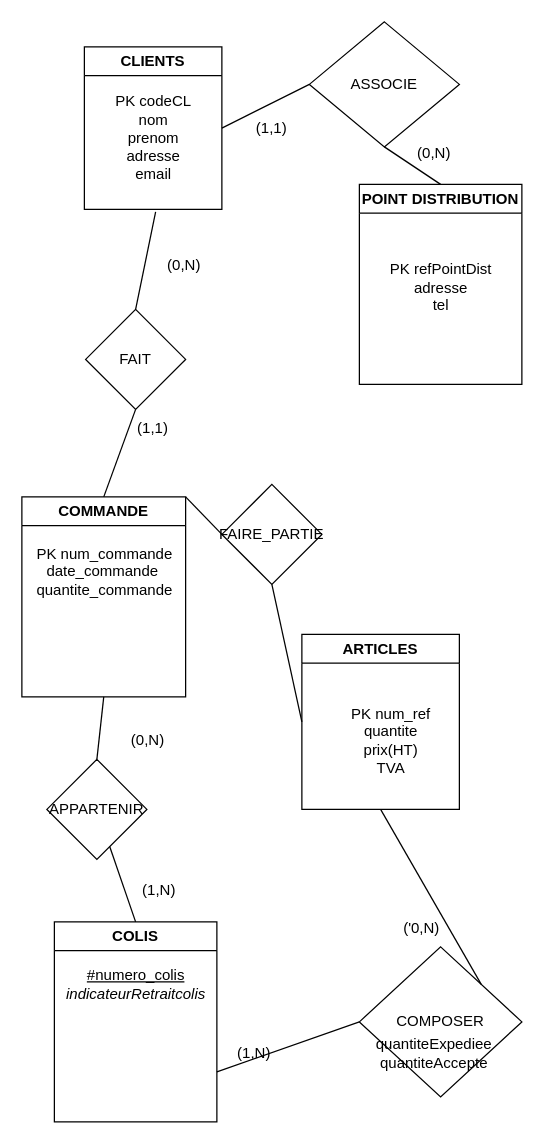
lennyverg/dev_web keeps this draw.io diagram as Diagramme sans nom.drawio. Above is the earlier version. Source tidied: cells renumbered, new cells numbered last; positions are measured from the earlier drawing's top-left corner, leaving out a move shared by most shapes. Both pictures are drawn from the tidied source at 125%, with x=0, y=0 at pixel (21, 21).
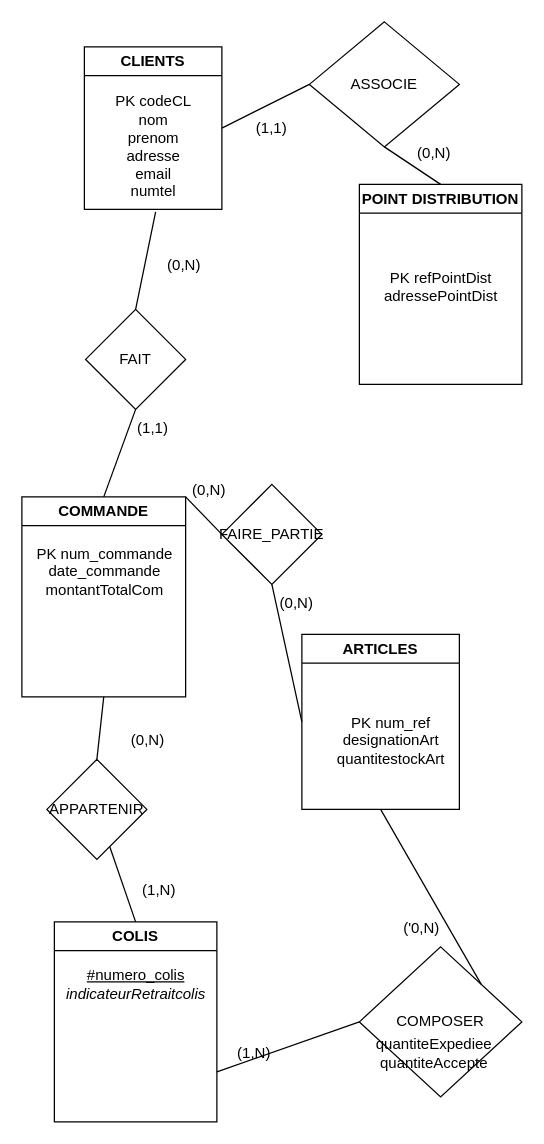
The same page after the edit.

Commit message (it also covers changes not shown here):
Mettre à jour Diagramme sans nom.drawio

The change refers to these unchanged cells:
```xml
<mxCell id="2" value="CLIENTS " style="swimlane;whiteSpace=wrap;html=1;" parent="1" vertex="1">
  <mxGeometry x="50" y="20" width="110" height="130" as="geometry" />
</mxCell>
<mxCell id="4" value="ARTICLES" style="swimlane;whiteSpace=wrap;html=1;" parent="1" vertex="1">
  <mxGeometry x="224" y="490" width="126" height="140" as="geometry" />
</mxCell>
<mxCell id="6" value="POINT DISTRIBUTION" style="swimlane;whiteSpace=wrap;html=1;" parent="1" vertex="1">
  <mxGeometry x="270" y="130" width="130" height="160" as="geometry" />
</mxCell>
<mxCell id="13" value="COMMANDE" style="swimlane;whiteSpace=wrap;html=1;" parent="1" vertex="1">
  <mxGeometry y="380" width="131" height="160" as="geometry" />
</mxCell>
```

Diff of the diagram source:
```diff
@@
-    <mxCell id="3" value="&lt;div&gt;PK codeCL&lt;/div&gt;&lt;div&gt;nom&lt;/div&gt;&lt;div&gt;prenom&lt;/div&gt;&lt;div&gt;adresse&lt;/div&gt;&lt;div&gt;email&lt;br&gt;&lt;/div&gt;&lt;div&gt;&lt;br&gt;&lt;/div&gt;" style="text;html=1;align=center;verticalAlign=middle;points=[];strokeColor=none;fillColor=none;" parent="2" vertex="1">
+    <mxCell id="3" value="&lt;div&gt;PK codeCL&lt;/div&gt;&lt;div&gt;nom&lt;/div&gt;&lt;div&gt;prenom&lt;/div&gt;&lt;div&gt;adresse&lt;/div&gt;&lt;div&gt;email&lt;br&gt;&lt;/div&gt;&lt;div&gt;numtel&lt;br&gt;&lt;/div&gt;" style="text;html=1;align=center;verticalAlign=middle;points=[];strokeColor=none;fillColor=none;" parent="2" vertex="1">
       <mxGeometry x="15" y="30" width="80" height="100" as="geometry" />
     </mxCell>
@@
-    <mxCell id="5" value="&lt;div&gt;PK num_ref&lt;/div&gt;&lt;div&gt;quantite &lt;br&gt;&lt;/div&gt;&lt;div&gt;prix(HT)&lt;/div&gt;&lt;div&gt;TVA&lt;br&gt;&lt;/div&gt;" style="text;html=1;align=center;verticalAlign=middle;strokeColor=none;fillColor=none;" parent="4" vertex="1">
-      <mxGeometry x="26" y="50" width="90" height="70" as="geometry" />
+    <mxCell id="5" value="&lt;div&gt;PK num_ref&lt;/div&gt;&lt;div&gt;designationArt&lt;/div&gt;&lt;div&gt;quantitestockArt&lt;br&gt;&lt;/div&gt;" style="text;html=1;align=center;verticalAlign=middle;strokeColor=none;fillColor=none;" parent="4" vertex="1">
+      <mxGeometry x="16" y="55" width="110" height="60" as="geometry" />
     </mxCell>
@@
-    <mxCell id="7" value="&lt;br&gt;&lt;div&gt;PK refPointDist&lt;/div&gt;&lt;div&gt;adresse&lt;/div&gt;tel" style="text;html=1;align=center;verticalAlign=middle;strokeColor=none;fillColor=none;" parent="6" vertex="1">
-      <mxGeometry x="15" y="40" width="100" height="70" as="geometry" />
+    <mxCell id="7" value="&lt;br&gt;&lt;div&gt;PK refPointDist&lt;/div&gt;&lt;div&gt;adressePointDist&lt;br&gt;&lt;/div&gt;" style="text;html=1;align=center;verticalAlign=middle;strokeColor=none;fillColor=none;" parent="6" vertex="1">
+      <mxGeometry x="10" y="45" width="110" height="60" as="geometry" />
     </mxCell>
@@
-    <mxCell id="14" value="&lt;div&gt;PK num_commande&lt;/div&gt;&lt;div&gt;date_commande&amp;nbsp;&lt;/div&gt;&lt;div&gt;quantite_commande&lt;br&gt;&lt;/div&gt;" style="text;html=1;align=center;verticalAlign=middle;strokeColor=none;fillColor=none;" parent="13" vertex="1">
+    <mxCell id="14" value="&lt;div&gt;PK num_commande&lt;/div&gt;&lt;div&gt;date_commande &lt;br&gt;&lt;/div&gt;&lt;div&gt;montantTotalCom&lt;br&gt;&lt;/div&gt;" style="text;html=1;align=center;verticalAlign=middle;strokeColor=none;fillColor=none;" parent="13" vertex="1">
       <mxGeometry x="1" y="30" width="130" height="60" as="geometry" />
     </mxCell>
@@
+    <mxCell id="36" value="(0,N)" style="text;html=1;strokeColor=none;fillColor=none;align=center;verticalAlign=middle;whiteSpace=wrap;rounded=0;" parent="1" vertex="1">
+      <mxGeometry x="190" y="450" width="60" height="30" as="geometry" />
+    </mxCell>
+    <mxCell id="37" value="(0,N)" style="text;html=1;strokeColor=none;fillColor=none;align=center;verticalAlign=middle;whiteSpace=wrap;rounded=0;" parent="1" vertex="1">
+      <mxGeometry x="120" y="360" width="60" height="30" as="geometry" />
+    </mxCell>
```
